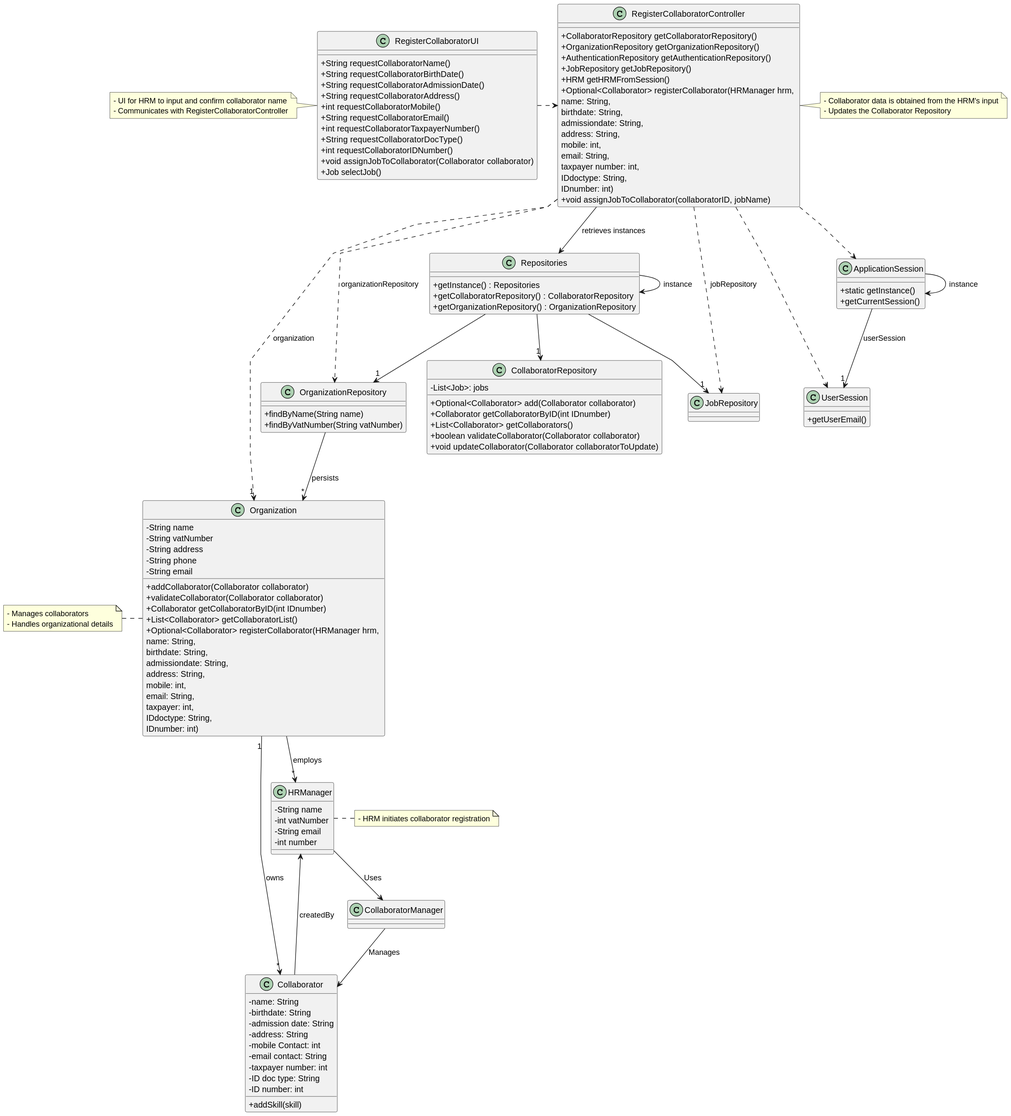
Earlier version of the PlantUML export docs/sprint2/us003/03.design/svg/us003-class-diagram.svg (tiagosoa/lei-24-s2-1dgh-g073).
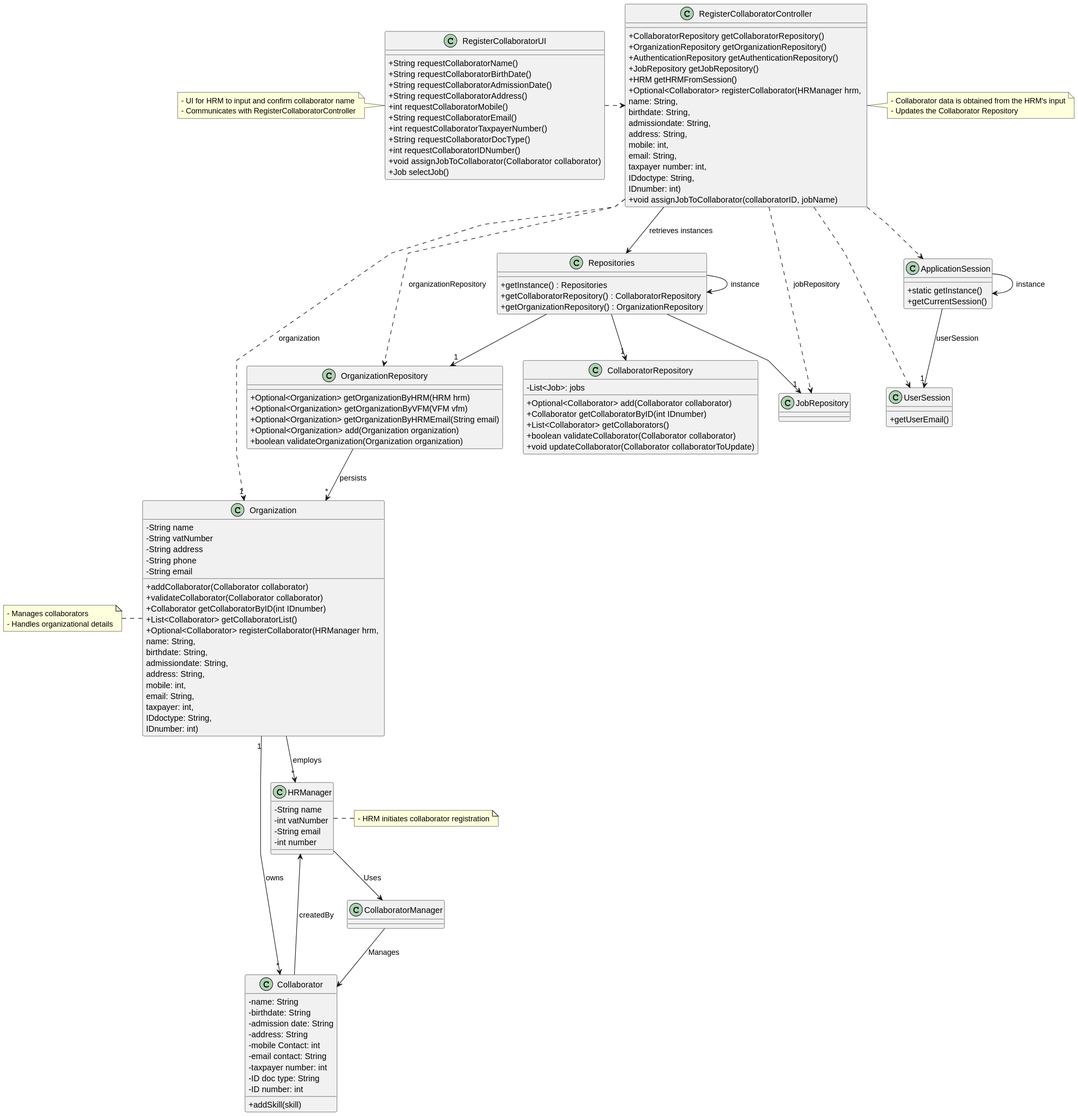
After the commit.

Change to the diagram source:
```diff
@@ -52,10 +52,13 @@
    + Optional<Collaborator> registerCollaborator(HRManager hrm, \nname: String, \nbirthdate: String, \nadmissiondate: String, \naddress: String, \nmobile: int, \nemail: String, \ntaxpayer: int, \nIDdoctype: String, \nIDnumber: int)
  }
 
- class OrganizationRepository {
-   + findByName(String name)
-   + findByVatNumber(String vatNumber)
- }
+class OrganizationRepository {
+  + Optional<Organization> getOrganizationByHRM(HRM hrm)
+  + Optional<Organization> getOrganizationByVFM(VFM vfm)
+  + Optional<Organization> getOrganizationByHRMEmail(String email)
+  + Optional<Organization> add(Organization organization)
+  + boolean validateOrganization(Organization organization)
+}
 
  class Repositories {
    + getInstance() : Repositories
```
